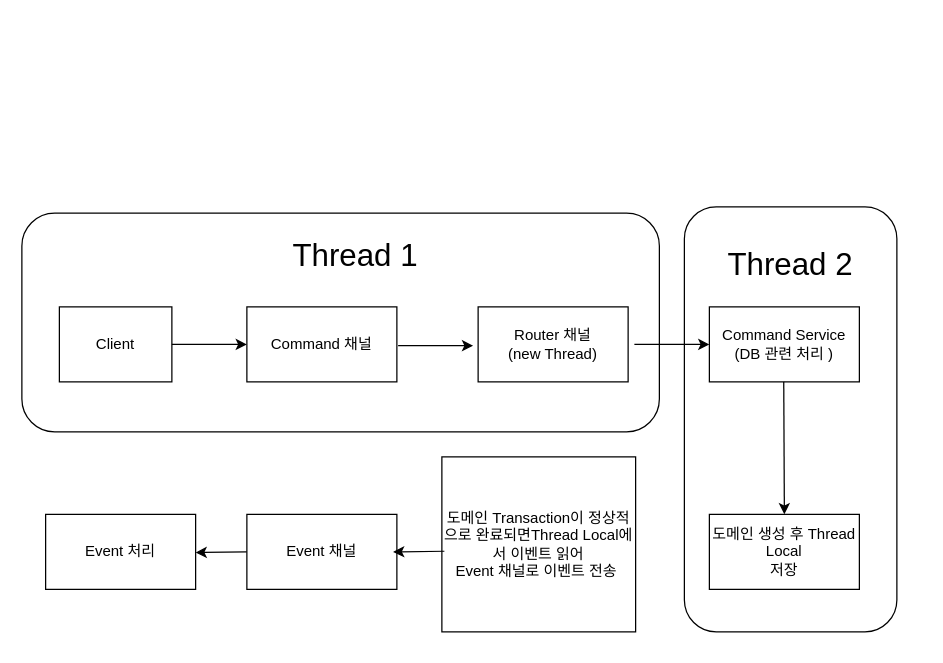
The draw.io diagram 제목 없는 다이어그램.drawio in ReadnThink/SNS_project, before the edit. Source tidied: cells renumbered, new cells numbered last; positions are measured from the earlier drawing's top-left corner, leaving out a move shared by most shapes. Both pictures are drawn from the tidied source at 125%, with x=0, y=0 at pixel (21, 206).
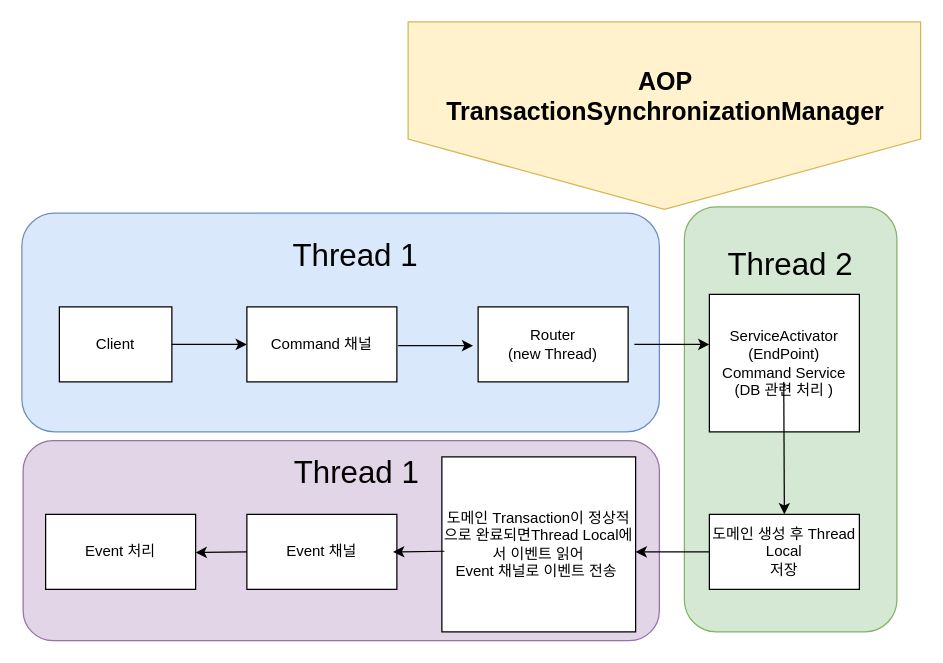
Above is the later version.

What changed in the source:
```diff
@@
+    <mxCell id="20" style="rounded=1;whiteSpace=wrap;html=1;fillColor=#e1d5e7;strokeColor=#9673a6;" parent="1" vertex="1">
+      <mxGeometry x="1" y="187" width="509" height="160" as="geometry" />
+    </mxCell>
+    <mxCell id="21" style="shape=offPageConnector;whiteSpace=wrap;html=1;fillColor=#fff2cc;strokeColor=#d6b656;" parent="1" vertex="1">
+      <mxGeometry x="309" y="-148" width="410" height="150" as="geometry" />
+    </mxCell>
-    <mxCell id="2" style="rounded=1;whiteSpace=wrap;html=1;" parent="1" vertex="1">
+    <mxCell id="2" style="rounded=1;whiteSpace=wrap;html=1;fillColor=#d5e8d4;strokeColor=#82b366;" parent="1" vertex="1">
       <mxGeometry x="530" width="170" height="340" as="geometry" />
     </mxCell>
-    <mxCell id="3" style="rounded=1;whiteSpace=wrap;html=1;" parent="1" vertex="1">
+    <mxCell id="3" style="rounded=1;whiteSpace=wrap;html=1;fillColor=#dae8fc;strokeColor=#6c8ebf;" parent="1" vertex="1">
       <mxGeometry y="5" width="510" height="175" as="geometry" />
     </mxCell>
@@
-    <mxCell id="8" value="Router 채널 &lt;br&gt;(new Thread)" style="rounded=0;whiteSpace=wrap;html=1;" parent="1" vertex="1">
+    <mxCell id="8" value="Router&lt;br&gt;(new Thread)" style="rounded=0;whiteSpace=wrap;html=1;" parent="1" vertex="1">
       <mxGeometry x="365" y="80" width="120" height="60" as="geometry" />
     </mxCell>
@@
-    <mxCell id="10" value="Command Service&lt;br&gt;(DB 관련 처리 )" style="rounded=0;whiteSpace=wrap;html=1;" parent="1" vertex="1">
-      <mxGeometry x="550" y="80" width="120" height="60" as="geometry" />
+    <mxCell id="10" value="ServiceActivator (EndPoint)&lt;br&gt;Command Service&lt;br&gt;(DB 관련 처리 )" style="rounded=0;whiteSpace=wrap;html=1;" parent="1" vertex="1">
+      <mxGeometry x="550" y="70" width="120" height="110" as="geometry" />
     </mxCell>
@@
+    <mxCell id="22" value="&lt;b&gt;&lt;font style=&quot;font-size: 20px;&quot;&gt;AOP&lt;br&gt;TransactionSynchronizationManager&lt;br&gt;&lt;/font&gt;&lt;/b&gt;" style="text;strokeColor=none;align=center;fillColor=none;html=1;verticalAlign=middle;whiteSpace=wrap;rounded=0;" parent="1" vertex="1">
+      <mxGeometry x="474" y="-134" width="82" height="90" as="geometry" />
+    </mxCell>
+    <mxCell id="23" value="&lt;font style=&quot;font-size: 25px;&quot;&gt;Thread 1&lt;/font&gt;" style="text;html=1;strokeColor=none;fillColor=none;align=center;verticalAlign=middle;whiteSpace=wrap;rounded=0;fontSize=14;" parent="1" vertex="1">
+      <mxGeometry x="183" y="196" width="170" height="30" as="geometry" />
+    </mxCell>
+    <mxCell id="24" style="endArrow=classic;html=1;rounded=0;exitX=0;exitY=0.4;exitDx=0;exitDy=0;exitPerimeter=0;" parent="1" edge="1">
+      <mxGeometry relative="1" as="geometry">
+        <mxPoint x="550" y="276" as="sourcePoint" />
+        <mxPoint x="491" y="276" as="targetPoint" />
+      </mxGeometry>
+    </mxCell>
```
